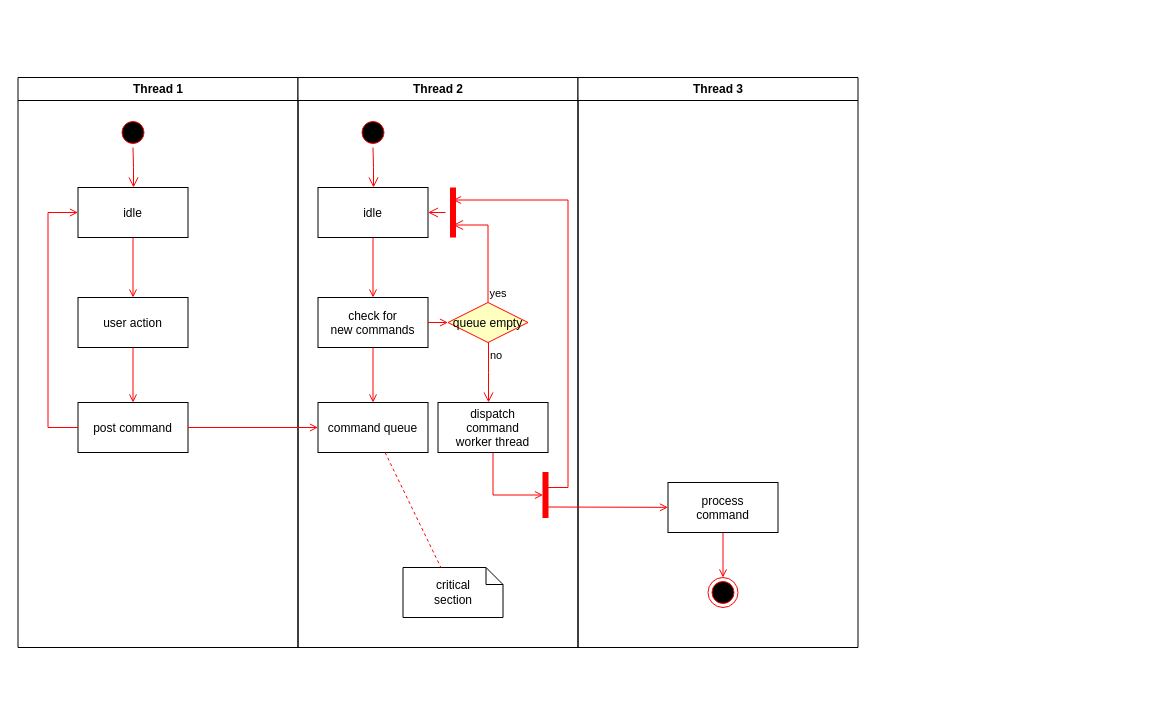
This is Untitled Diagram.drawio from idenirfrozza/drawTeste, a draw.io file, before an edit. Source tidied: cells renumbered, new cells numbered last; positions are measured from the earlier drawing's top-left corner, leaving out a move shared by most shapes. Both pictures are drawn from the tidied source at 100%, with x=0, y=0 at pixel (17, 77).
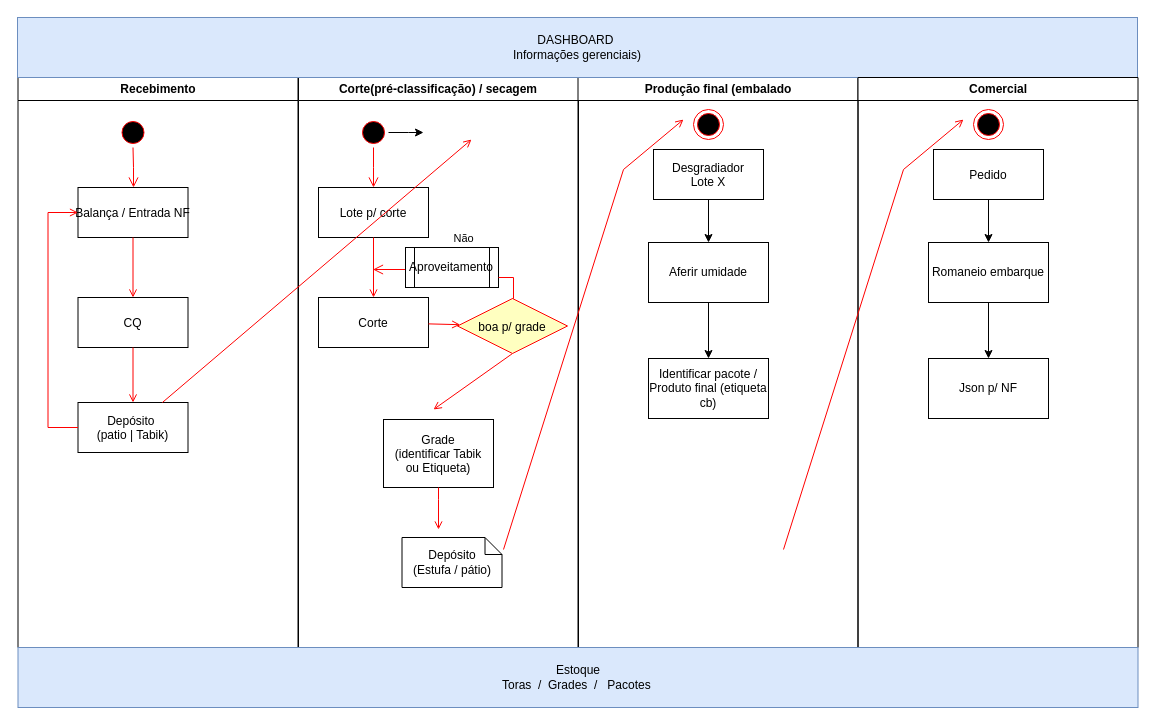
The same page after the edit.

The change refers to these unchanged cells:
```xml
<mxCell id="12" style="ellipse;shape=startState;fillColor=#000000;strokeColor=#ff0000;" parent="11" vertex="1">
  <mxGeometry x="60" y="40" width="30" height="30" as="geometry" />
</mxCell>
```

Diff of the diagram source:
```diff
@@
-    <mxCell id="2" value="Thread 1" style="swimlane;whiteSpace=wrap;" parent="1" vertex="1">
+    <mxCell id="2" value="Recebimento" style="swimlane;whiteSpace=wrap;" parent="1" vertex="1">
       <mxGeometry x="0.5" width="280" height="570" as="geometry" />
     </mxCell>
@@
-    <mxCell id="5" value="idle" parent="2" vertex="1">
+    <mxCell id="5" value="Balança / Entrada NF" parent="2" vertex="1">
       <mxGeometry x="60" y="110" width="110" height="50" as="geometry" />
     </mxCell>
-    <mxCell id="6" value="user action" parent="2" vertex="1">
+    <mxCell id="6" value="CQ" parent="2" vertex="1">
       <mxGeometry x="60" y="220" width="110" height="50" as="geometry" />
     </mxCell>
@@
-    <mxCell id="8" value="post command" parent="2" vertex="1">
+    <mxCell id="8" value="Depósito &#10;(patio | Tabik)" parent="2" vertex="1">
       <mxGeometry x="60" y="325" width="110" height="50" as="geometry" />
     </mxCell>
@@
-    <mxCell id="11" value="Thread 2" style="swimlane;whiteSpace=wrap;" parent="1" vertex="1">
-      <mxGeometry x="280.5" width="280" height="570" as="geometry" />
+    <mxCell id="11" value="Corte(pré-classificação) / secagem" style="swimlane;whiteSpace=wrap;" parent="1" vertex="1">
+      <mxGeometry x="281" width="280" height="570" as="geometry" />
     </mxCell>
+    <mxCell id="37" style="edgeStyle=orthogonalEdgeStyle;rounded=0;jettySize=auto;html=1;" parent="11" edge="1" source="12">
+      <mxGeometry relative="1" as="geometry">
+        <mxPoint x="125" y="55" as="targetPoint" />
+      </mxGeometry>
+    </mxCell>
@@
-    <mxCell id="14" value="idle" parent="11" vertex="1">
+    <mxCell id="14" value="Lote p/ corte" parent="11" vertex="1">
       <mxGeometry x="20" y="110" width="110" height="50" as="geometry" />
     </mxCell>
-    <mxCell id="15" value="check for &#10;new commands" parent="11" vertex="1">
+    <mxCell id="15" value="Corte" parent="11" vertex="1">
       <mxGeometry x="20" y="220" width="110" height="50" as="geometry" />
     </mxCell>
@@
-    <mxCell id="17" value="command queue" parent="11" vertex="1">
-      <mxGeometry x="20" y="325" width="110" height="50" as="geometry" />
-    </mxCell>
-    <mxCell id="18" style="endArrow=open;strokeColor=#FF0000;endFill=1;rounded=0;" parent="11" edge="1" source="15" target="17">
-      <mxGeometry relative="1" as="geometry" />
+    <mxCell id="18" style="endArrow=open;strokeColor=#FF0000;endFill=1;rounded=0;exitX=0.5;exitY=1;exitDx=0;exitDy=0;" parent="11" edge="1" source="19">
+      <mxGeometry relative="1" as="geometry">
+        <mxPoint x="135" y="332" as="targetPoint" />
+      </mxGeometry>
     </mxCell>
-    <mxCell id="19" value="queue empty" style="rhombus;fillColor=#ffffc0;strokeColor=#ff0000;" parent="11" vertex="1">
-      <mxGeometry x="150" y="225" width="80" height="40" as="geometry" />
+    <mxCell id="19" value="boa p/ grade" style="rhombus;fillColor=#ffffc0;strokeColor=#ff0000;" parent="11" vertex="1">
+      <mxGeometry x="159" y="221" width="110" height="55" as="geometry" />
     </mxCell>
-    <mxCell id="20" value="yes" style="edgeStyle=elbowEdgeStyle;elbow=horizontal;align=left;verticalAlign=bottom;endArrow=open;endSize=8;strokeColor=#FF0000;exitX=0.5;exitY=0;endFill=1;rounded=0;entryX=0.75;entryY=0.5;entryPerimeter=0;" parent="11" edge="1" source="19" target="23">
+    <mxCell id="20" value="Não" style="edgeStyle=elbowEdgeStyle;elbow=horizontal;align=left;verticalAlign=bottom;endArrow=open;endSize=8;strokeColor=#FF0000;exitX=0.5;exitY=0;endFill=1;rounded=0;startArrow=none;" parent="11" edge="1" source="38">
       <mxGeometry x="-1" relative="1" as="geometry">
-        <Array as="points">
-          <mxPoint x="190" y="180" />
-        </Array>
+        <mxPoint x="74.5" y="192" as="targetPoint" />
       </mxGeometry>
     </mxCell>
-    <mxCell id="21" value="no" style="edgeStyle=elbowEdgeStyle;elbow=horizontal;align=left;verticalAlign=top;endArrow=open;endSize=8;strokeColor=#FF0000;endFill=1;rounded=0;" parent="11" edge="1" source="19" target="25">
-      <mxGeometry x="-1" relative="1" as="geometry" />
-    </mxCell>
@@
-    <mxCell id="23" style="shape=line;strokeWidth=6;strokeColor=#ff0000;rotation=90;" parent="11" vertex="1">
-      <mxGeometry x="130" y="127.5" width="50" height="15" as="geometry" />
-    </mxCell>
-    <mxCell id="24" style="edgeStyle=elbowEdgeStyle;elbow=horizontal;verticalAlign=bottom;endArrow=open;endSize=8;strokeColor=#FF0000;endFill=1;rounded=0;" parent="11" edge="1" source="23" target="14">
-      <mxGeometry x="130" y="90" as="geometry" />
-    </mxCell>
-    <mxCell id="25" value="dispatch&#10;command&#10;worker thread" parent="11" vertex="1">
-      <mxGeometry x="140" y="325" width="110" height="50" as="geometry" />
+    <mxCell id="25" value="Grade&#10;(identificar Tabik &#10;ou Etiqueta)" parent="11" vertex="1">
+      <mxGeometry x="85" y="342" width="110" height="68" as="geometry" />
     </mxCell>
-    <mxCell id="26" value="critical&#10;section" style="shape=note;whiteSpace=wrap;size=17;" parent="11" vertex="1">
-      <mxGeometry x="105" y="490" width="100" height="50" as="geometry" />
+    <mxCell id="26" value="Depósito&#10;(Estufa / pátio)" style="shape=note;whiteSpace=wrap;size=17;" parent="11" vertex="1">
+      <mxGeometry x="103.5" y="460" width="100" height="50" as="geometry" />
     </mxCell>
-    <mxCell id="27" style="endArrow=none;strokeColor=#FF0000;endFill=0;rounded=0;dashed=1;" parent="11" edge="1" source="17" target="26">
-      <mxGeometry relative="1" as="geometry" />
-    </mxCell>
-    <mxCell id="28" style="whiteSpace=wrap;strokeColor=#FF0000;fillColor=#FF0000;" parent="11" vertex="1">
-      <mxGeometry x="245" y="395" width="5" height="45" as="geometry" />
-    </mxCell>
-    <mxCell id="29" style="edgeStyle=elbowEdgeStyle;elbow=horizontal;entryX=0;entryY=0.5;strokeColor=#FF0000;endArrow=open;endFill=1;rounded=0;" parent="11" edge="1" source="25" target="28">
+    <mxCell id="29" style="edgeStyle=elbowEdgeStyle;elbow=horizontal;strokeColor=#FF0000;endArrow=open;endFill=1;rounded=0;exitX=0.5;exitY=1;exitDx=0;exitDy=0;" parent="11" edge="1" source="25">
       <mxGeometry relative="1" as="geometry">
+        <mxPoint x="140" y="452" as="targetPoint" />
         <Array as="points">
+          <mxPoint x="140" y="422" />
+          <mxPoint x="85" y="450" />
           <mxPoint x="195" y="400" />
         </Array>
       </mxGeometry>
     </mxCell>
+    <mxCell id="38" value="Aproveitamento" style="shape=process;whiteSpace=wrap;html=1;backgroundOutline=1;strokeColor=#000000;fillColor=#FFFFFF;" parent="11" vertex="1">
+      <mxGeometry x="107" y="170" width="93" height="40" as="geometry" />
+    </mxCell>
+    <mxCell id="39" style="edgeStyle=elbowEdgeStyle;elbow=horizontal;align=left;verticalAlign=bottom;endArrow=none;endSize=8;strokeColor=#FF0000;exitX=0.5;exitY=0;endFill=1;rounded=0;" parent="11" edge="1" source="19" target="38">
+      <mxGeometry x="-1" relative="1" as="geometry">
+        <Array as="points">
+          <mxPoint x="215" y="200" />
+          <mxPoint x="635" y="330" />
+        </Array>
+      </mxGeometry>
+    </mxCell>
-    <mxCell id="30" value="Thread 3" style="swimlane;whiteSpace=wrap;" parent="1" vertex="1">
+    <mxCell id="30" value="Produção final (embalado" style="swimlane;whiteSpace=wrap;" parent="1" vertex="1">
       <mxGeometry x="560.5" width="280" height="570" as="geometry" />
     </mxCell>
+    <mxCell id="40" style="edgeStyle=orthogonalEdgeStyle;rounded=0;jettySize=auto;html=1;" parent="30" edge="1" source="31" target="42">
+      <mxGeometry relative="1" as="geometry" />
+    </mxCell>
-    <mxCell id="31" value="process&#10;command" parent="30" vertex="1">
-      <mxGeometry x="90" y="405" width="110" height="50" as="geometry" />
+    <mxCell id="31" value="Desgradiador&#10;Lote X" parent="30" vertex="1">
+      <mxGeometry x="75.5" y="72" width="110" height="50" as="geometry" />
     </mxCell>
-    <mxCell id="32" style="edgeStyle=elbowEdgeStyle;elbow=horizontal;strokeColor=#FF0000;endArrow=open;endFill=1;rounded=0;entryX=0.25;entryY=0.5;entryPerimeter=0;" parent="30" edge="1" target="23">
-      <mxGeometry relative="1" as="geometry">
-        <mxPoint x="-30" y="410" as="sourcePoint" />
-        <Array as="points">
-          <mxPoint x="-10" y="135" />
-        </Array>
-      </mxGeometry>
-    </mxCell>
-    <mxCell id="33" style="edgeStyle=none;strokeColor=#FF0000;endArrow=open;endFill=1;rounded=0;" parent="30" edge="1" target="31">
+    <mxCell id="33" style="edgeStyle=none;strokeColor=#FF0000;endArrow=open;endFill=1;rounded=0;" parent="30" edge="1">
       <mxGeometry relative="1" as="geometry">
-        <mxPoint x="-30" y="429.5" as="sourcePoint" />
+        <mxPoint x="-74.5" y="472" as="sourcePoint" />
+        <mxPoint x="105.5" y="42" as="targetPoint" />
+        <Array as="points">
+          <mxPoint x="45.5" y="92" />
+        </Array>
       </mxGeometry>
     </mxCell>
     <mxCell id="34" style="ellipse;shape=endState;fillColor=#000000;strokeColor=#ff0000;" parent="30" vertex="1">
-      <mxGeometry x="130" y="500" width="30" height="30" as="geometry" />
+      <mxGeometry x="115.5" y="32" width="30" height="30" as="geometry" />
     </mxCell>
-    <mxCell id="35" style="endArrow=open;strokeColor=#FF0000;endFill=1;rounded=0;" parent="30" edge="1" source="31" target="34">
-      <mxGeometry relative="1" as="geometry" />
-    </mxCell>
+    <mxCell id="41" style="edgeStyle=orthogonalEdgeStyle;rounded=0;jettySize=auto;html=1;" parent="30" edge="1" source="42" target="43">
+      <mxGeometry relative="1" as="geometry" />
+    </mxCell>
+    <mxCell id="42" value="Aferir umidade" style="whiteSpace=wrap;html=1;" parent="30" vertex="1">
+      <mxGeometry x="70.5" y="165" width="120" height="60" as="geometry" />
+    </mxCell>
+    <mxCell id="43" value="Identificar pacote / Produto final (etiqueta cb)" style="whiteSpace=wrap;html=1;" parent="30" vertex="1">
+      <mxGeometry x="70.5" y="281" width="120" height="60" as="geometry" />
+    </mxCell>
-    <mxCell id="36" style="endArrow=open;strokeColor=#FF0000;endFill=1;rounded=0;" parent="1" edge="1" source="8" target="17">
-      <mxGeometry relative="1" as="geometry" />
+    <mxCell id="36" style="endArrow=open;strokeColor=#FF0000;endFill=1;rounded=0;" parent="1" edge="1" source="8">
+      <mxGeometry relative="1" as="geometry">
+        <mxPoint x="454" y="62" as="targetPoint" />
+      </mxGeometry>
     </mxCell>
+    <mxCell id="44" value="DASHBOARD&amp;nbsp;&lt;br&gt;Informações gerenciais)" style="rounded=0;whiteSpace=wrap;html=1;fillColor=#dae8fc;strokeColor=#6c8ebf;" parent="1" vertex="1">
+      <mxGeometry y="-60" width="1120" height="60" as="geometry" />
+    </mxCell>
+    <mxCell id="45" value="Comercial" style="swimlane;whiteSpace=wrap;" parent="1" vertex="1">
+      <mxGeometry x="840.5" width="280" height="570" as="geometry" />
+    </mxCell>
+    <mxCell id="46" style="edgeStyle=orthogonalEdgeStyle;rounded=0;jettySize=auto;html=1;" parent="45" edge="1" source="47" target="51">
+      <mxGeometry relative="1" as="geometry" />
+    </mxCell>
+    <mxCell id="47" value="Pedido" parent="45" vertex="1">
+      <mxGeometry x="75.5" y="72" width="110" height="50" as="geometry" />
+    </mxCell>
+    <mxCell id="48" style="edgeStyle=none;strokeColor=#FF0000;endArrow=open;endFill=1;rounded=0;" parent="45" edge="1">
+      <mxGeometry relative="1" as="geometry">
+        <mxPoint x="-74.5" y="472" as="sourcePoint" />
+        <mxPoint x="105.5" y="42" as="targetPoint" />
+        <Array as="points">
+          <mxPoint x="45.5" y="92" />
+        </Array>
+      </mxGeometry>
+    </mxCell>
+    <mxCell id="49" style="ellipse;shape=endState;fillColor=#000000;strokeColor=#ff0000;" parent="45" vertex="1">
+      <mxGeometry x="115.5" y="32" width="30" height="30" as="geometry" />
+    </mxCell>
+    <mxCell id="50" style="edgeStyle=orthogonalEdgeStyle;rounded=0;jettySize=auto;html=1;" parent="45" edge="1" source="51" target="52">
+      <mxGeometry relative="1" as="geometry" />
+    </mxCell>
+    <mxCell id="51" value="Romaneio embarque" style="whiteSpace=wrap;html=1;" parent="45" vertex="1">
+      <mxGeometry x="70.5" y="165" width="120" height="60" as="geometry" />
+    </mxCell>
+    <mxCell id="52" value="Json p/ NF" style="whiteSpace=wrap;html=1;" parent="45" vertex="1">
+      <mxGeometry x="70.5" y="281" width="120" height="60" as="geometry" />
+    </mxCell>
+    <mxCell id="53" value="Estoque&lt;br&gt;Toras&amp;nbsp; /&amp;nbsp; Grades&amp;nbsp; /&amp;nbsp; &amp;nbsp;Pacotes&amp;nbsp;" style="rounded=0;whiteSpace=wrap;html=1;fillColor=#dae8fc;strokeColor=#6c8ebf;" parent="1" vertex="1">
+      <mxGeometry x="0.5" y="570" width="1120" height="60" as="geometry" />
+    </mxCell>
```
